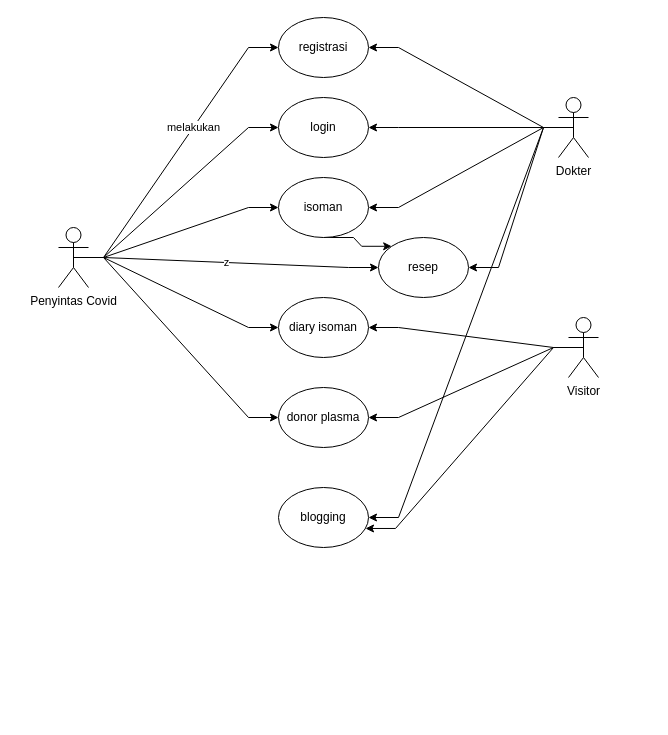
Above: writable/design/use_case.drawio in af-lazuardi/penyintascovid (draw.io), before the change. Source tidied: cells renumbered, new cells numbered last; positions are measured from the earlier drawing's top-left corner, leaving out a move shared by most shapes. Both pictures are drawn from the tidied source at 100%, with x=0, y=0 at pixel (58, 17).
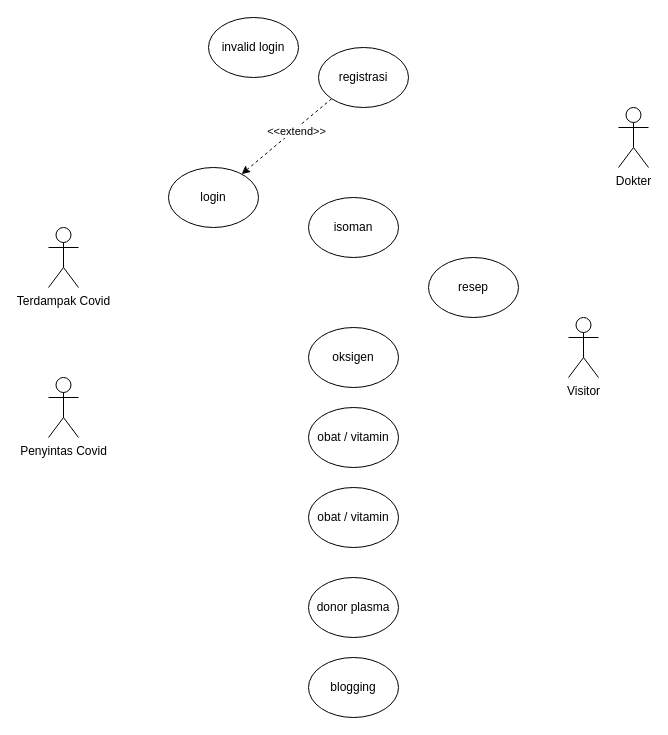
The same diagram, later.

Unchanged cells that the change refers to:
```xml
<mxCell id="13" value="Visitor" style="shape=umlActor;verticalLabelPosition=bottom;verticalAlign=top;html=1;outlineConnect=0;" parent="1" vertex="1">
  <mxGeometry x="510" y="300" width="30" height="60" as="geometry" />
</mxCell>
```

The edit, as a diff of the source:
```diff
@@
-    <mxCell id="2" style="edgeStyle=entityRelationEdgeStyle;rounded=0;jettySize=auto;html=1;exitX=0.5;exitY=0.5;exitDx=0;exitDy=0;exitPerimeter=0;entryX=0;entryY=0.5;entryDx=0;entryDy=0;" parent="1" edge="1" source="9" target="23">
-      <mxGeometry relative="1" as="geometry" />
-    </mxCell>
-    <mxCell id="3" value="melakukan" style="edgeLabel;html=1;align=center;verticalAlign=middle;" parent="2" vertex="1">
-      <mxGeometry x="0.19" relative="1" as="geometry" />
-    </mxCell>
-    <mxCell id="4" style="edgeStyle=entityRelationEdgeStyle;rounded=0;jettySize=auto;html=1;exitX=0.5;exitY=0.5;exitDx=0;exitDy=0;exitPerimeter=0;entryX=0;entryY=0.5;entryDx=0;entryDy=0;" parent="1" edge="1" source="9" target="15">
-      <mxGeometry relative="1" as="geometry" />
-    </mxCell>
-    <mxCell id="5" style="edgeStyle=entityRelationEdgeStyle;rounded=0;jettySize=auto;html=1;exitX=0.5;exitY=0.5;exitDx=0;exitDy=0;exitPerimeter=0;" parent="1" edge="1" source="9" target="14">
-      <mxGeometry relative="1" as="geometry" />
-    </mxCell>
-    <mxCell id="6" style="edgeStyle=entityRelationEdgeStyle;rounded=0;jettySize=auto;html=1;exitX=0.5;exitY=0.5;exitDx=0;exitDy=0;exitPerimeter=0;entryX=0;entryY=0.5;entryDx=0;entryDy=0;" parent="1" edge="1" source="9" target="25">
-      <mxGeometry relative="1" as="geometry" />
-    </mxCell>
-    <mxCell id="7" value="z" style="edgeStyle=entityRelationEdgeStyle;rounded=0;jettySize=auto;html=1;exitX=0.5;exitY=0.5;exitDx=0;exitDy=0;exitPerimeter=0;" parent="1" edge="1" source="9" target="26">
-      <mxGeometry relative="1" as="geometry" />
-    </mxCell>
-    <mxCell id="8" style="edgeStyle=entityRelationEdgeStyle;rounded=0;jettySize=auto;html=1;exitX=0.5;exitY=0.5;exitDx=0;exitDy=0;exitPerimeter=0;" parent="1" edge="1" source="9" target="27">
-      <mxGeometry relative="1" as="geometry" />
-    </mxCell>
     <mxCell id="9" value="&lt;div&gt;Penyintas Covid&lt;/div&gt;&lt;div&gt;&lt;br&gt;&lt;/div&gt;" style="shape=umlActor;verticalLabelPosition=bottom;verticalAlign=top;html=1;outlineConnect=0;" parent="1" vertex="1">
-      <mxGeometry y="210" width="30" height="60" as="geometry" />
+      <mxGeometry x="-10" y="360" width="30" height="60" as="geometry" />
     </mxCell>
-    <mxCell id="10" style="edgeStyle=entityRelationEdgeStyle;rounded=0;jettySize=auto;html=1;exitX=0.5;exitY=0.5;exitDx=0;exitDy=0;exitPerimeter=0;entryX=0.967;entryY=0.683;entryDx=0;entryDy=0;entryPerimeter=0;" parent="1" edge="1" source="13" target="16">
-      <mxGeometry relative="1" as="geometry" />
-    </mxCell>
-    <mxCell id="11" style="edgeStyle=entityRelationEdgeStyle;rounded=0;jettySize=auto;html=1;exitX=0.5;exitY=0.5;exitDx=0;exitDy=0;exitPerimeter=0;entryX=1;entryY=0.5;entryDx=0;entryDy=0;" parent="1" edge="1" source="13" target="14">
-      <mxGeometry relative="1" as="geometry" />
-    </mxCell>
-    <mxCell id="12" style="edgeStyle=entityRelationEdgeStyle;rounded=0;jettySize=auto;html=1;exitX=0.5;exitY=0.5;exitDx=0;exitDy=0;exitPerimeter=0;entryX=1;entryY=0.5;entryDx=0;entryDy=0;" parent="1" edge="1" source="13" target="15">
-      <mxGeometry relative="1" as="geometry" />
-    </mxCell>
@@
     <mxCell id="14" value="&lt;div&gt;donor plasma&lt;/div&gt;" style="ellipse;whiteSpace=wrap;html=1;" parent="1" vertex="1">
-      <mxGeometry x="220" y="370" width="90" height="60" as="geometry" />
+      <mxGeometry x="250" y="560" width="90" height="60" as="geometry" />
     </mxCell>
-    <mxCell id="15" value="diary isoman" style="ellipse;whiteSpace=wrap;html=1;" parent="1" vertex="1">
-      <mxGeometry x="220" y="280" width="90" height="60" as="geometry" />
-    </mxCell>
     <mxCell id="16" value="&lt;div&gt;blogging&lt;/div&gt;" style="ellipse;whiteSpace=wrap;html=1;" parent="1" vertex="1">
-      <mxGeometry x="220" y="470" width="90" height="60" as="geometry" />
+      <mxGeometry x="250" y="640" width="90" height="60" as="geometry" />
     </mxCell>
-    <mxCell id="17" style="edgeStyle=entityRelationEdgeStyle;rounded=0;jettySize=auto;html=1;exitX=0.5;exitY=0.5;exitDx=0;exitDy=0;exitPerimeter=0;" parent="1" edge="1" source="22" target="23">
-      <mxGeometry relative="1" as="geometry" />
-    </mxCell>
-    <mxCell id="18" style="edgeStyle=entityRelationEdgeStyle;rounded=0;jettySize=auto;html=1;exitX=0.5;exitY=0.5;exitDx=0;exitDy=0;exitPerimeter=0;entryX=1;entryY=0.5;entryDx=0;entryDy=0;" parent="1" edge="1" source="22" target="16">
-      <mxGeometry relative="1" as="geometry" />
-    </mxCell>
-    <mxCell id="19" style="edgeStyle=entityRelationEdgeStyle;rounded=0;jettySize=auto;html=1;exitX=0.5;exitY=0.5;exitDx=0;exitDy=0;exitPerimeter=0;" parent="1" edge="1" source="22" target="25">
-      <mxGeometry relative="1" as="geometry" />
-    </mxCell>
-    <mxCell id="20" style="edgeStyle=entityRelationEdgeStyle;rounded=0;jettySize=auto;html=1;exitX=0.5;exitY=0.5;exitDx=0;exitDy=0;exitPerimeter=0;" parent="1" edge="1" source="22" target="26">
-      <mxGeometry relative="1" as="geometry" />
-    </mxCell>
-    <mxCell id="21" style="edgeStyle=entityRelationEdgeStyle;rounded=0;jettySize=auto;html=1;exitX=0.5;exitY=0.5;exitDx=0;exitDy=0;exitPerimeter=0;" parent="1" edge="1" source="22" target="27">
-      <mxGeometry relative="1" as="geometry" />
-    </mxCell>
     <mxCell id="22" value="Dokter" style="shape=umlActor;verticalLabelPosition=bottom;verticalAlign=top;html=1;outlineConnect=0;" parent="1" vertex="1">
-      <mxGeometry x="500" y="80" width="30" height="60" as="geometry" />
+      <mxGeometry x="560" y="90" width="30" height="60" as="geometry" />
     </mxCell>
-    <mxCell id="23" value="registrasi" style="ellipse;whiteSpace=wrap;html=1;" parent="1" vertex="1">
-      <mxGeometry x="220" width="90" height="60" as="geometry" />
+    <mxCell id="23" value="login" style="ellipse;whiteSpace=wrap;html=1;" parent="1" vertex="1">
+      <mxGeometry x="110" y="150" width="90" height="60" as="geometry" />
     </mxCell>
-    <mxCell id="24" style="edgeStyle=entityRelationEdgeStyle;rounded=0;jettySize=auto;html=1;exitX=0.5;exitY=1;exitDx=0;exitDy=0;entryX=0;entryY=0;entryDx=0;entryDy=0;" parent="1" edge="1" source="25" target="26">
-      <mxGeometry relative="1" as="geometry" />
-    </mxCell>
     <mxCell id="25" value="isoman" style="ellipse;whiteSpace=wrap;html=1;" parent="1" vertex="1">
-      <mxGeometry x="220" y="160" width="90" height="60" as="geometry" />
+      <mxGeometry x="250" y="180" width="90" height="60" as="geometry" />
     </mxCell>
     <mxCell id="26" value="&lt;div&gt;resep&lt;/div&gt;" style="ellipse;whiteSpace=wrap;html=1;" parent="1" vertex="1">
-      <mxGeometry x="320" y="220" width="90" height="60" as="geometry" />
+      <mxGeometry x="370" y="240" width="90" height="60" as="geometry" />
     </mxCell>
+    <mxCell id="28" value="&lt;div&gt;&amp;lt;&amp;lt;extend&amp;gt;&amp;gt;&lt;/div&gt;" style="edgeStyle=none;rounded=0;jettySize=auto;html=1;exitX=0;exitY=1;exitDx=0;exitDy=0;dashed=1;endArrow=classic;endFill=1;" parent="1" edge="1" source="27" target="23">
+      <mxGeometry x="-0.18" y="2" relative="1" as="geometry" />
+    </mxCell>
-    <mxCell id="27" value="login" style="ellipse;whiteSpace=wrap;html=1;" parent="1" vertex="1">
-      <mxGeometry x="220" y="80" width="90" height="60" as="geometry" />
+    <mxCell id="27" value="registrasi" style="ellipse;whiteSpace=wrap;html=1;" parent="1" vertex="1">
+      <mxGeometry x="260" y="30" width="90" height="60" as="geometry" />
     </mxCell>
+    <mxCell id="29" value="&lt;div&gt;invalid login&lt;/div&gt;" style="ellipse;whiteSpace=wrap;html=1;" parent="1" vertex="1">
+      <mxGeometry x="150" width="90" height="60" as="geometry" />
+    </mxCell>
+    <mxCell id="30" value="Terdampak Covid" style="shape=umlActor;verticalLabelPosition=bottom;verticalAlign=top;html=1;" parent="1" vertex="1">
+      <mxGeometry x="-10" y="210" width="30" height="60" as="geometry" />
+    </mxCell>
+    <mxCell id="31" value="oksigen" style="ellipse;whiteSpace=wrap;html=1;" parent="1" vertex="1">
+      <mxGeometry x="250" y="310" width="90" height="60" as="geometry" />
+    </mxCell>
+    <mxCell id="32" value="obat / vitamin" style="ellipse;whiteSpace=wrap;html=1;" parent="1" vertex="1">
+      <mxGeometry x="250" y="390" width="90" height="60" as="geometry" />
+    </mxCell>
+    <mxCell id="33" value="obat / vitamin" style="ellipse;whiteSpace=wrap;html=1;" parent="1" vertex="1">
+      <mxGeometry x="250" y="470" width="90" height="60" as="geometry" />
+    </mxCell>
```
